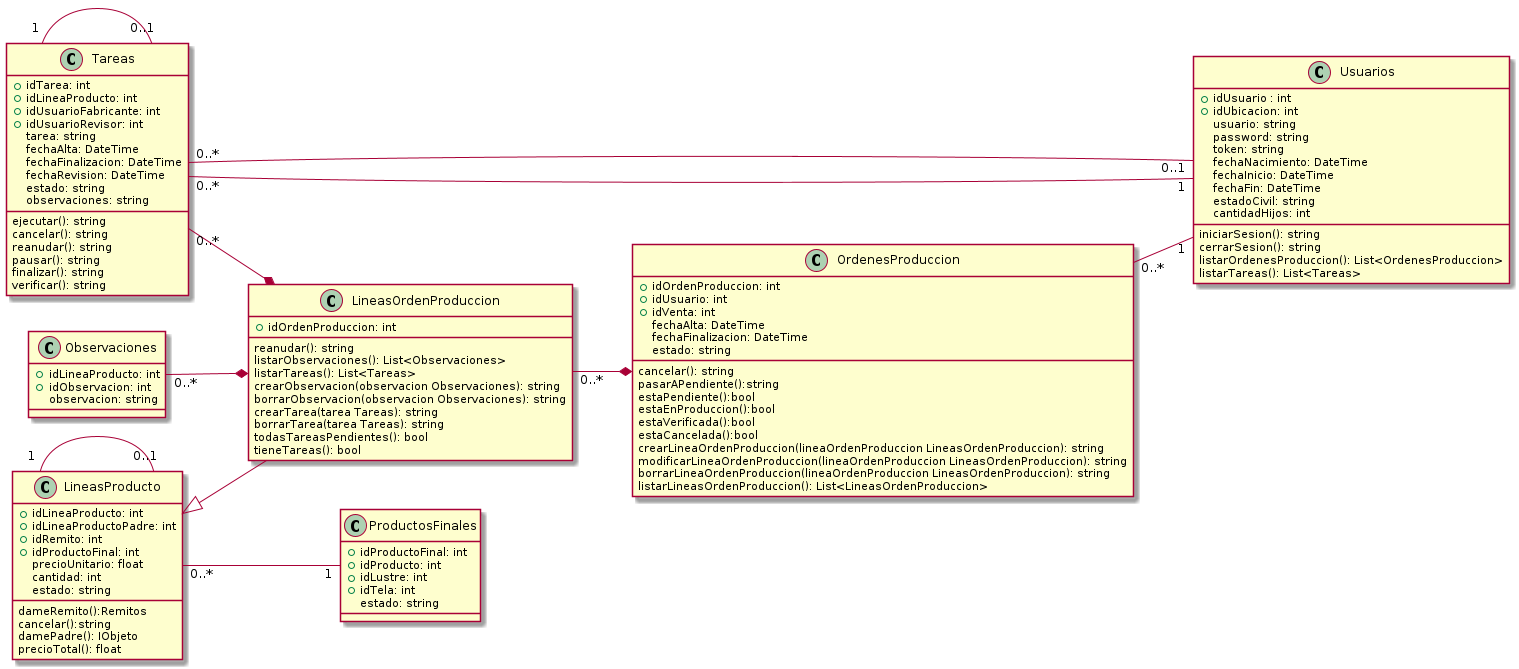
This is Informe Final/Imagenes/DiagramaClases/Vistas/vistaProduccion.png from ZMGestion/DocumentacionZMGestion, a PlantUML export, as it was before one commit.
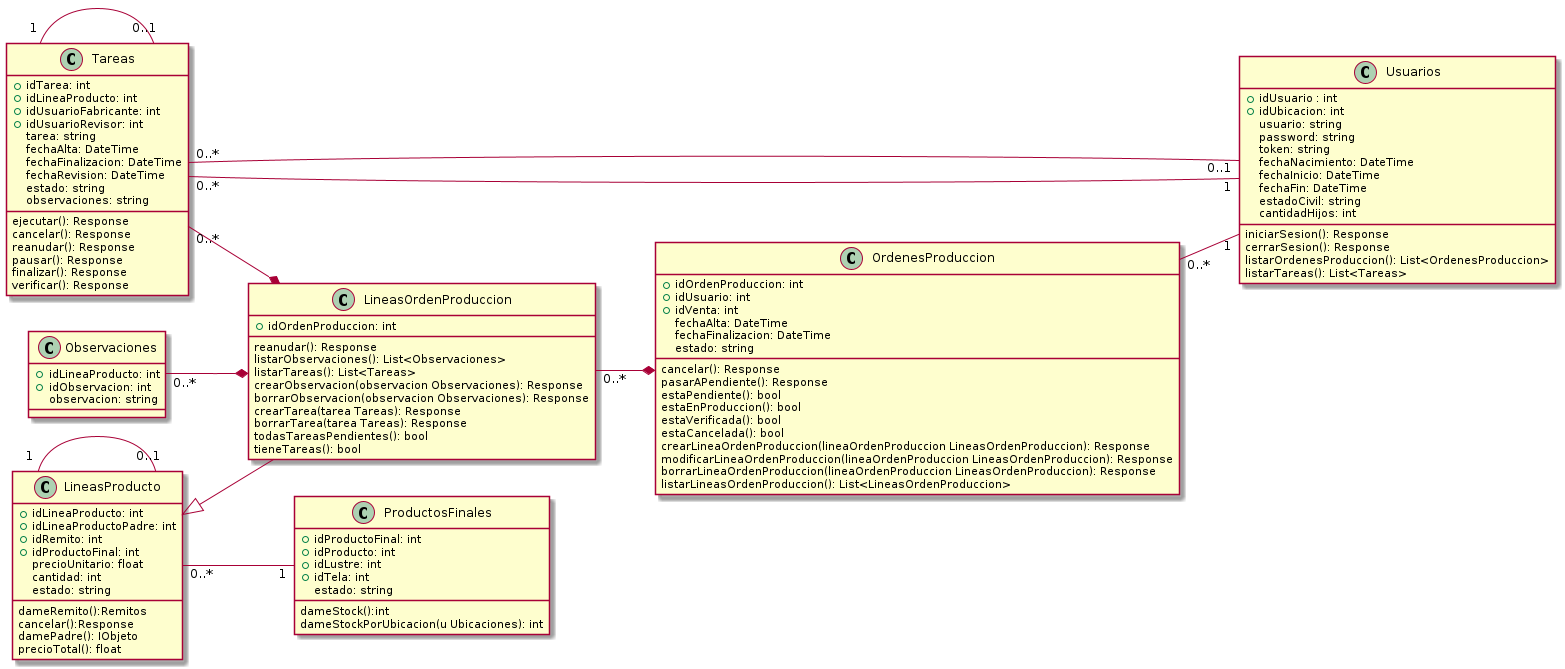
The same diagram one commit later.

Change to the diagram source:
```diff
@@ -11,8 +11,8 @@
    estadoCivil: string
    cantidadHijos: int
 
-   iniciarSesion(): string
-   cerrarSesion(): string
+   iniciarSesion(): Response
+   cerrarSesion(): Response
    listarOrdenesProduccion(): List<OrdenesProduccion>
    listarTareas(): List<Tareas>
 }
@@ -28,12 +28,12 @@
     estado: string
     observaciones: string
 
-    ejecutar(): string
-    cancelar(): string
-    reanudar(): string
-    pausar(): string
-    finalizar(): string
-    verificar(): string
+    ejecutar(): Response
+    cancelar(): Response
+    reanudar(): Response
+    pausar(): Response
+    finalizar(): Response
+    verificar(): Response
 
 }
 class OrdenesProduccion{
@@ -44,15 +44,15 @@
     fechaFinalizacion: DateTime
     estado: string
 
-    cancelar(): string
-    pasarAPendiente():string
-    estaPendiente():bool
-    estaEnProduccion():bool
-    estaVerificada():bool
-    estaCancelada():bool
-    crearLineaOrdenProduccion(lineaOrdenProduccion LineasOrdenProduccion): string
-    modificarLineaOrdenProduccion(lineaOrdenProduccion LineasOrdenProduccion): string
-    borrarLineaOrdenProduccion(lineaOrdenProduccion LineasOrdenProduccion): string
+    cancelar(): Response
+    pasarAPendiente(): Response
+    estaPendiente(): bool
+    estaEnProduccion(): bool
+    estaVerificada(): bool
+    estaCancelada(): bool
+    crearLineaOrdenProduccion(lineaOrdenProduccion LineasOrdenProduccion): Response
+    modificarLineaOrdenProduccion(lineaOrdenProduccion LineasOrdenProduccion): Response
+    borrarLineaOrdenProduccion(lineaOrdenProduccion LineasOrdenProduccion): Response
     listarLineasOrdenProduccion(): List<LineasOrdenProduccion>
 
 }
@@ -62,6 +62,9 @@
     +idLustre: int
     +idTela: int
     estado: string
+
+    dameStock():int
+    dameStockPorUbicacion(u Ubicaciones): int
 
 
 }
@@ -80,20 +83,20 @@
     estado: string
 
     dameRemito():Remitos
-    cancelar():string
+    cancelar():Response
     damePadre(): IObjeto
     precioTotal(): float
 }
 class LineasOrdenProduccion{
     +idOrdenProduccion: int
 
-    reanudar(): string
+    reanudar(): Response
     listarObservaciones(): List<Observaciones>
     listarTareas(): List<Tareas>
-    crearObservacion(observacion Observaciones): string
-    borrarObservacion(observacion Observaciones): string
-    crearTarea(tarea Tareas): string
-    borrarTarea(tarea Tareas): string
+    crearObservacion(observacion Observaciones): Response
+    borrarObservacion(observacion Observaciones): Response
+    crearTarea(tarea Tareas): Response
+    borrarTarea(tarea Tareas): Response
     todasTareasPendientes(): bool
     tieneTareas(): bool
 
```
